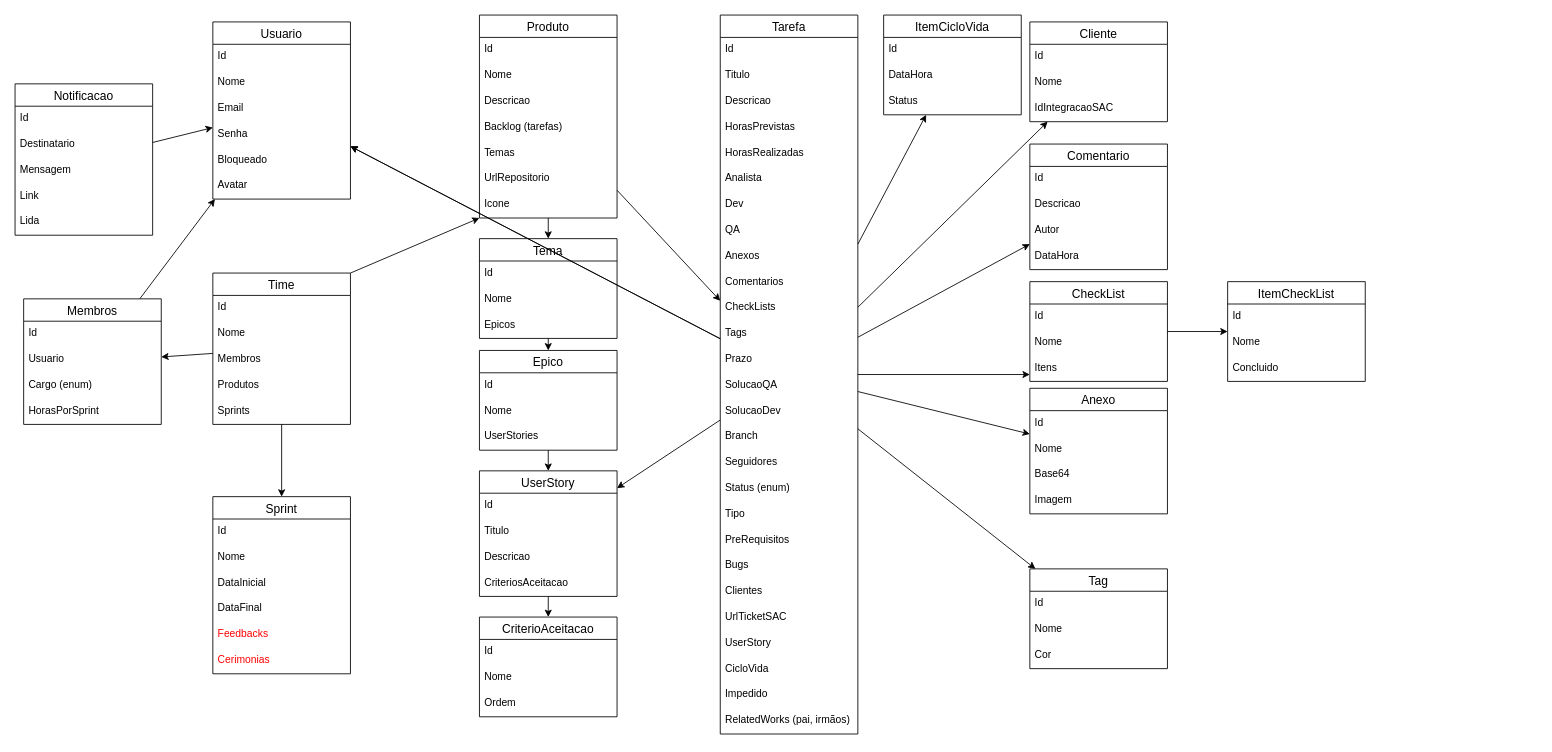
Before: back-end/docs/Untitled Diagram.drawio in ddsdaniel/Agilis, a draw.io diagram. Source tidied: cells renumbered, new cells numbered last; positions are measured from the earlier drawing's top-left corner, leaving out a move shared by most shapes. Both pictures are drawn from the tidied source at 86%, with x=0, y=0 at pixel (15, 15).
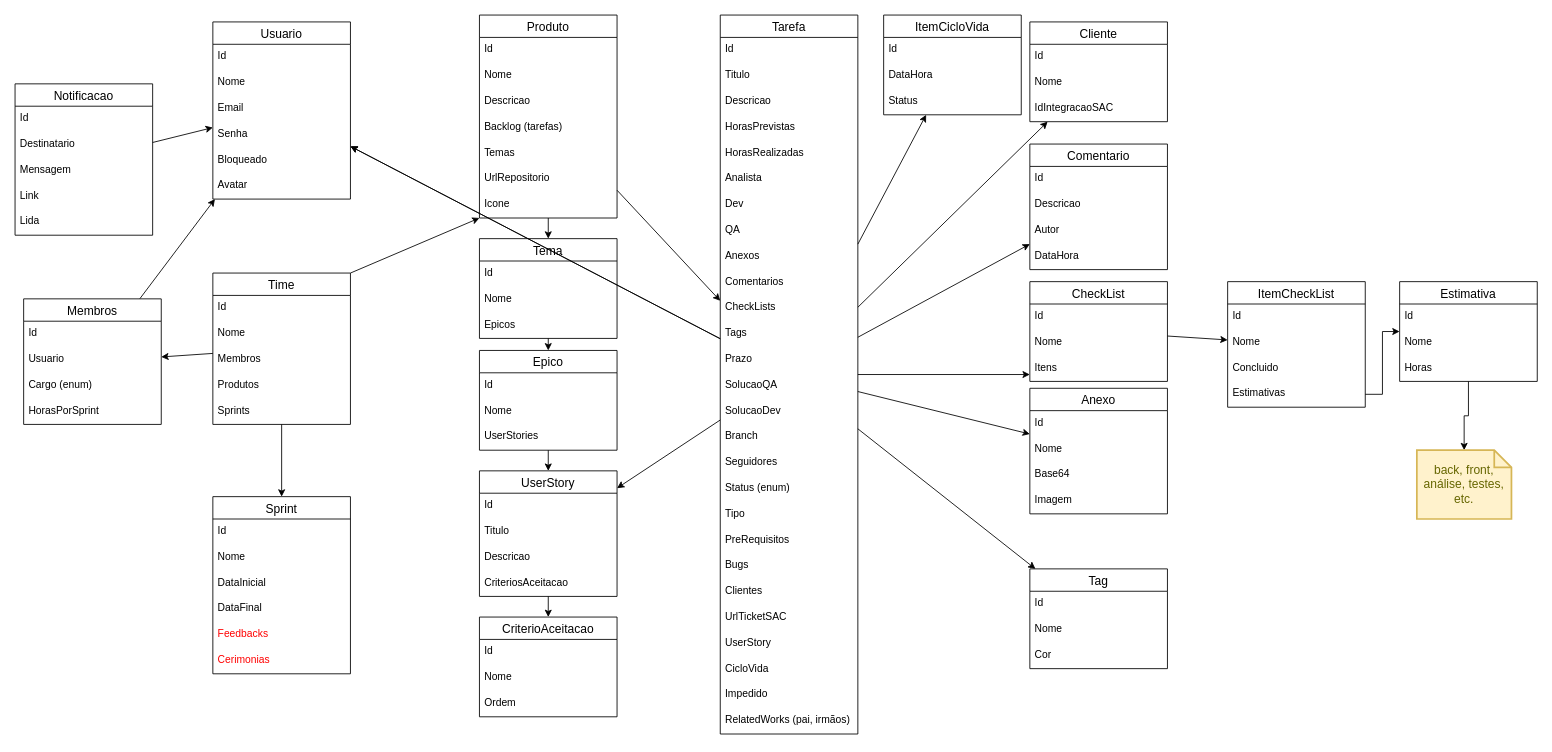
The same diagram, later.

Change to the diagram source:
```diff
@@
     <mxCell id="72" value="ItemCheckList" style="swimlane;fontStyle=0;horizontal=1;startSize=26;align=center;fontSize=14;" parent="1" vertex="1">
-      <mxGeometry x="1410" y="310" width="160" height="116" as="geometry" />
+      <mxGeometry x="1410" y="310" width="160" height="146" as="geometry" />
     </mxCell>
@@
+    <mxCell id="136" value="Estimativas" style="text;strokeColor=none;fillColor=none;spacingLeft=4;spacingRight=4;overflow=hidden;points=[[0,0.5],[1,0.5]];portConstraint=eastwest;fontSize=12;" parent="72" vertex="1">
+      <mxGeometry y="116" width="160" height="30" as="geometry" />
+    </mxCell>
@@
+    <mxCell id="137" style="edgeStyle=orthogonalEdgeStyle;rounded=0;jettySize=auto;html=1;" parent="1" edge="1" source="138" target="143">
+      <mxGeometry relative="1" as="geometry" />
+    </mxCell>
+    <mxCell id="138" value="Estimativa" style="swimlane;fontStyle=0;horizontal=1;startSize=26;align=center;fontSize=14;" parent="1" vertex="1">
+      <mxGeometry x="1610" y="310" width="160" height="116" as="geometry" />
+    </mxCell>
+    <mxCell id="139" value="Id" style="text;strokeColor=none;fillColor=none;spacingLeft=4;spacingRight=4;overflow=hidden;fontSize=12;" parent="138" vertex="1">
+      <mxGeometry y="26" width="160" height="30" as="geometry" />
+    </mxCell>
+    <mxCell id="140" value="Nome" style="text;strokeColor=none;fillColor=none;spacingLeft=4;spacingRight=4;overflow=hidden;fontSize=12;" parent="138" vertex="1">
+      <mxGeometry y="56" width="160" height="30" as="geometry" />
+    </mxCell>
+    <mxCell id="141" value="Horas" style="text;strokeColor=none;fillColor=none;spacingLeft=4;spacingRight=4;overflow=hidden;fontSize=12;" parent="138" vertex="1">
+      <mxGeometry y="86" width="160" height="30" as="geometry" />
+    </mxCell>
+    <mxCell id="142" style="edgeStyle=orthogonalEdgeStyle;rounded=0;jettySize=auto;html=1;" parent="1" edge="1" source="136" target="138">
+      <mxGeometry relative="1" as="geometry" />
+    </mxCell>
+    <mxCell id="143" value="back, front, análise, testes, etc." style="shape=note;strokeWidth=2;fontSize=14;size=20;whiteSpace=wrap;html=1;fillColor=#fff2cc;strokeColor=#d6b656;fontColor=#666600;" parent="1" vertex="1">
+      <mxGeometry x="1630" y="506" width="110" height="80" as="geometry" />
+    </mxCell>
```
